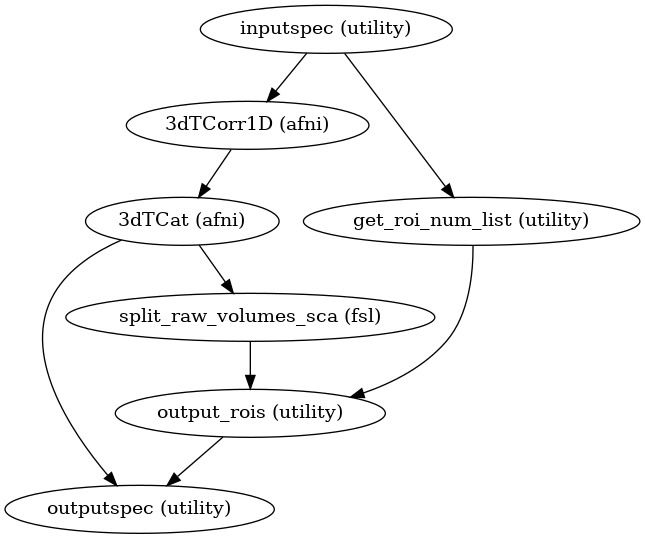
Earlier version of the Graphviz export docs/nightly/developer/workflows/images/generated/sca.png (shnizzedy/fcp-indi.github.com). Its source is kept beside it as docs/nightly/developer/workflows/images/generated/sca.dot. The source it was exported from:
```dot
strict digraph  {
"inputspec (utility)";
"3dTCorr1D (afni)";
"get_roi_num_list (utility)";
"3dTCat (afni)";
"split_raw_volumes_sca (fsl)";
"outputspec (utility)";
"output_rois (utility)";
"inputspec (utility)" -> "3dTCorr1D (afni)";
"inputspec (utility)" -> "get_roi_num_list (utility)";
"3dTCorr1D (afni)" -> "3dTCat (afni)";
"get_roi_num_list (utility)" -> "output_rois (utility)";
"3dTCat (afni)" -> "split_raw_volumes_sca (fsl)";
"3dTCat (afni)" -> "outputspec (utility)";
"split_raw_volumes_sca (fsl)" -> "output_rois (utility)";
"output_rois (utility)" -> "outputspec (utility)";
}
```
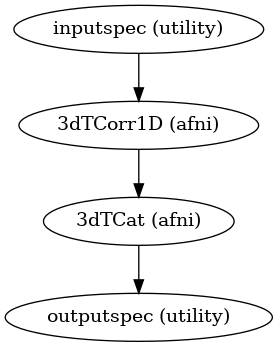
After the commit.

What changed in the source:
```diff
@@ -1,17 +1,9 @@
 strict digraph  {
 "inputspec (utility)";
 "3dTCorr1D (afni)";
-"get_roi_num_list (utility)";
 "3dTCat (afni)";
-"split_raw_volumes_sca (fsl)";
 "outputspec (utility)";
-"output_rois (utility)";
 "inputspec (utility)" -> "3dTCorr1D (afni)";
-"inputspec (utility)" -> "get_roi_num_list (utility)";
 "3dTCorr1D (afni)" -> "3dTCat (afni)";
-"get_roi_num_list (utility)" -> "output_rois (utility)";
-"3dTCat (afni)" -> "split_raw_volumes_sca (fsl)";
 "3dTCat (afni)" -> "outputspec (utility)";
-"split_raw_volumes_sca (fsl)" -> "output_rois (utility)";
-"output_rois (utility)" -> "outputspec (utility)";
 }
```
